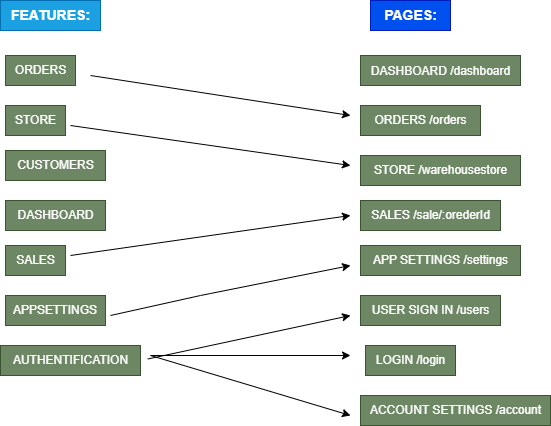
This is public/.drawio.png from jozefkubis/warehouse, a draw.io export, as it was before one commit. Source tidied: cells renumbered, new cells last; positions are measured from the earlier drawing's top-left corner, leaving out a move shared by most shapes. Source of this version:
```xml
<mxGraphModel>
  <root>
    <mxCell id="0" />
    <mxCell id="1" parent="0" />
    <mxCell id="2" value="&lt;font style=&quot;font-size: 14px;&quot;&gt;&lt;b&gt;FEATURES:&lt;/b&gt;&lt;/font&gt;" style="text;html=1;align=center;verticalAlign=middle;strokeColor=#006EAF;fillColor=#1ba1e2;fontColor=#ffffff;" parent="1" vertex="1">
      <mxGeometry width="100" height="30" as="geometry" />
    </mxCell>
    <mxCell id="3" value="ORDERS" style="text;html=1;align=center;verticalAlign=middle;strokeColor=#3A5431;fillColor=#6d8764;fontColor=#ffffff;" parent="1" vertex="1">
      <mxGeometry x="5" y="55" width="70" height="30" as="geometry" />
    </mxCell>
    <mxCell id="4" value="STORE" style="text;html=1;align=center;verticalAlign=middle;strokeColor=#3A5431;fillColor=#6d8764;fontColor=#ffffff;" parent="1" vertex="1">
      <mxGeometry x="5" y="105" width="60" height="30" as="geometry" />
    </mxCell>
    <mxCell id="5" value="CUSTOMERS&lt;br&gt;" style="text;html=1;align=center;verticalAlign=middle;strokeColor=#3A5431;fillColor=#6d8764;fontColor=#ffffff;" parent="1" vertex="1">
      <mxGeometry x="5" y="150" width="100" height="30" as="geometry" />
    </mxCell>
    <mxCell id="6" value="DASHBOARD" style="text;html=1;align=center;verticalAlign=middle;strokeColor=#3A5431;fillColor=#6d8764;fontColor=#ffffff;" parent="1" vertex="1">
      <mxGeometry x="5" y="200" width="100" height="30" as="geometry" />
    </mxCell>
    <mxCell id="7" value="SALES" style="text;html=1;align=center;verticalAlign=middle;strokeColor=#3A5431;fillColor=#6d8764;fontColor=#ffffff;" parent="1" vertex="1">
      <mxGeometry x="5" y="245" width="60" height="30" as="geometry" />
    </mxCell>
    <mxCell id="8" value="APPSETTINGS" style="text;strokeColor=#3A5431;align=center;fillColor=#6d8764;html=1;verticalAlign=middle;whiteSpace=wrap;rounded=0;fontColor=#ffffff;" parent="1" vertex="1">
      <mxGeometry x="5" y="295" width="100" height="30" as="geometry" />
    </mxCell>
    <mxCell id="9" value="AUTHENTIFICATION" style="text;html=1;align=center;verticalAlign=middle;points=[];strokeColor=#3A5431;fillColor=#6d8764;fontColor=#ffffff;" parent="1" vertex="1">
      <mxGeometry y="345" width="140" height="30" as="geometry" />
    </mxCell>
    <mxCell id="10" value="&lt;b&gt;PAGES:&lt;/b&gt;" style="text;html=1;align=center;verticalAlign=middle;strokeColor=#001DBC;fillColor=#0050ef;fontSize=14;fontColor=#ffffff;" parent="1" vertex="1">
      <mxGeometry x="370" width="80" height="30" as="geometry" />
    </mxCell>
    <mxCell id="11" style="group;" parent="1" vertex="1">
      <mxGeometry x="360" y="55" width="190" height="370" as="geometry" />
    </mxCell>
    <mxCell id="12" value="&lt;font style=&quot;font-size: 12px;&quot;&gt;DASHBOARD /dashboard&lt;/font&gt;" style="text;html=1;align=center;verticalAlign=middle;strokeColor=#3A5431;fillColor=#6d8764;fontSize=14;fontColor=#ffffff;" parent="11" vertex="1">
      <mxGeometry width="160" height="30" as="geometry" />
    </mxCell>
    <mxCell id="13" value="ORDERS /orders" style="text;html=1;align=center;verticalAlign=middle;strokeColor=#3A5431;fillColor=#6d8764;fontSize=12;fontColor=#ffffff;" parent="11" vertex="1">
      <mxGeometry y="50" width="120" height="30" as="geometry" />
    </mxCell>
    <mxCell id="14" value="STORE /warehousestore" style="text;html=1;align=center;verticalAlign=middle;strokeColor=#3A5431;fillColor=#6d8764;fontSize=12;fontColor=#ffffff;" parent="11" vertex="1">
      <mxGeometry y="100" width="160" height="30" as="geometry" />
    </mxCell>
    <mxCell id="15" value="SALES /sale/:orederId" style="text;html=1;align=center;verticalAlign=middle;strokeColor=#3A5431;fillColor=#6d8764;fontSize=12;fontColor=#ffffff;" parent="11" vertex="1">
      <mxGeometry y="145" width="140" height="30" as="geometry" />
    </mxCell>
    <mxCell id="16" value="APP SETTINGS /settings" style="text;html=1;align=center;verticalAlign=middle;strokeColor=#3A5431;fillColor=#6d8764;fontSize=12;fontColor=#ffffff;" parent="11" vertex="1">
      <mxGeometry y="190" width="160" height="30" as="geometry" />
    </mxCell>
    <mxCell id="17" value="USER SIGN IN /users" style="text;html=1;align=center;verticalAlign=middle;strokeColor=#3A5431;fillColor=#6d8764;fontSize=12;fontColor=#ffffff;" parent="11" vertex="1">
      <mxGeometry y="240" width="140" height="30" as="geometry" />
    </mxCell>
    <mxCell id="18" value="LOGIN /login" style="text;html=1;align=center;verticalAlign=middle;strokeColor=#3A5431;fillColor=#6d8764;fontSize=12;fontColor=#ffffff;" parent="11" vertex="1">
      <mxGeometry x="5" y="290" width="90" height="30" as="geometry" />
    </mxCell>
    <mxCell id="19" value="ACCOUNT SETTINGS /account" style="text;html=1;align=center;verticalAlign=middle;strokeColor=#3A5431;fillColor=#6d8764;fontSize=12;fontColor=#ffffff;" parent="11" vertex="1">
      <mxGeometry y="340" width="190" height="30" as="geometry" />
    </mxCell>
    <mxCell id="20" style="endArrow=classic;html=1;fontSize=12;" parent="1" edge="1">
      <mxGeometry relative="1" as="geometry">
        <mxPoint x="90" y="75" as="sourcePoint" />
        <mxPoint x="350" y="115" as="targetPoint" />
      </mxGeometry>
    </mxCell>
    <mxCell id="21" style="endArrow=classic;html=1;fontSize=12;" parent="1" edge="1">
      <mxGeometry relative="1" as="geometry">
        <mxPoint x="70" y="125" as="sourcePoint" />
        <mxPoint x="350" y="165" as="targetPoint" />
      </mxGeometry>
    </mxCell>
    <mxCell id="22" style="endArrow=classic;html=1;fontSize=12;" parent="1" edge="1">
      <mxGeometry relative="1" as="geometry">
        <mxPoint x="70" y="255" as="sourcePoint" />
        <mxPoint x="350" y="215" as="targetPoint" />
      </mxGeometry>
    </mxCell>
    <mxCell id="23" style="endArrow=classic;html=1;fontSize=12;" parent="1" edge="1">
      <mxGeometry relative="1" as="geometry">
        <mxPoint x="110" y="315" as="sourcePoint" />
        <mxPoint x="350" y="265" as="targetPoint" />
        <Array as="points">
          <mxPoint x="200" y="295" />
        </Array>
      </mxGeometry>
    </mxCell>
    <mxCell id="24" style="endArrow=classic;html=1;fontSize=12;exitX=1.052;exitY=0.45;exitDx=0;exitDy=0;exitPerimeter=0;" parent="1" edge="1" source="9">
      <mxGeometry relative="1" as="geometry">
        <mxPoint x="350" y="315" as="targetPoint" />
      </mxGeometry>
    </mxCell>
    <mxCell id="25" style="endArrow=classic;html=1;fontSize=12;" parent="1" edge="1">
      <mxGeometry relative="1" as="geometry">
        <mxPoint x="150" y="355" as="sourcePoint" />
        <mxPoint x="350" y="355" as="targetPoint" />
      </mxGeometry>
    </mxCell>
    <mxCell id="26" style="endArrow=classic;html=1;fontSize=12;" parent="1" edge="1">
      <mxGeometry relative="1" as="geometry">
        <mxPoint x="150" y="355" as="sourcePoint" />
        <mxPoint x="350" y="415" as="targetPoint" />
      </mxGeometry>
    </mxCell>
  </root>
</mxGraphModel>
```
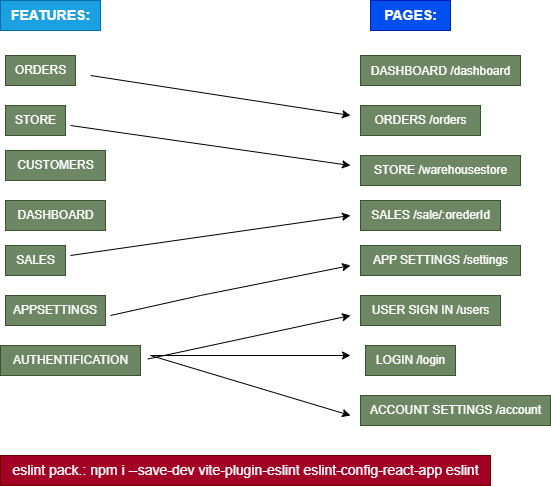
After the change.

Change to the diagram source:
```diff
@@ -100,5 +100,8 @@
         <mxPoint x="350" y="415" as="targetPoint" />
       </mxGeometry>
     </mxCell>
+    <mxCell id="27" value="&lt;font style=&quot;font-size: 14px;&quot;&gt;eslint pack.:&amp;nbsp;npm i --save-dev vite-plugin-eslint eslint-config-react-app eslint&lt;/font&gt;" style="text;html=1;align=center;verticalAlign=middle;strokeColor=#6F0000;fillColor=#a20025;fontColor=#ffffff;" parent="1" vertex="1">
+      <mxGeometry y="455" width="490" height="30" as="geometry" />
+    </mxCell>
   </root>
 </mxGraphModel>
```
